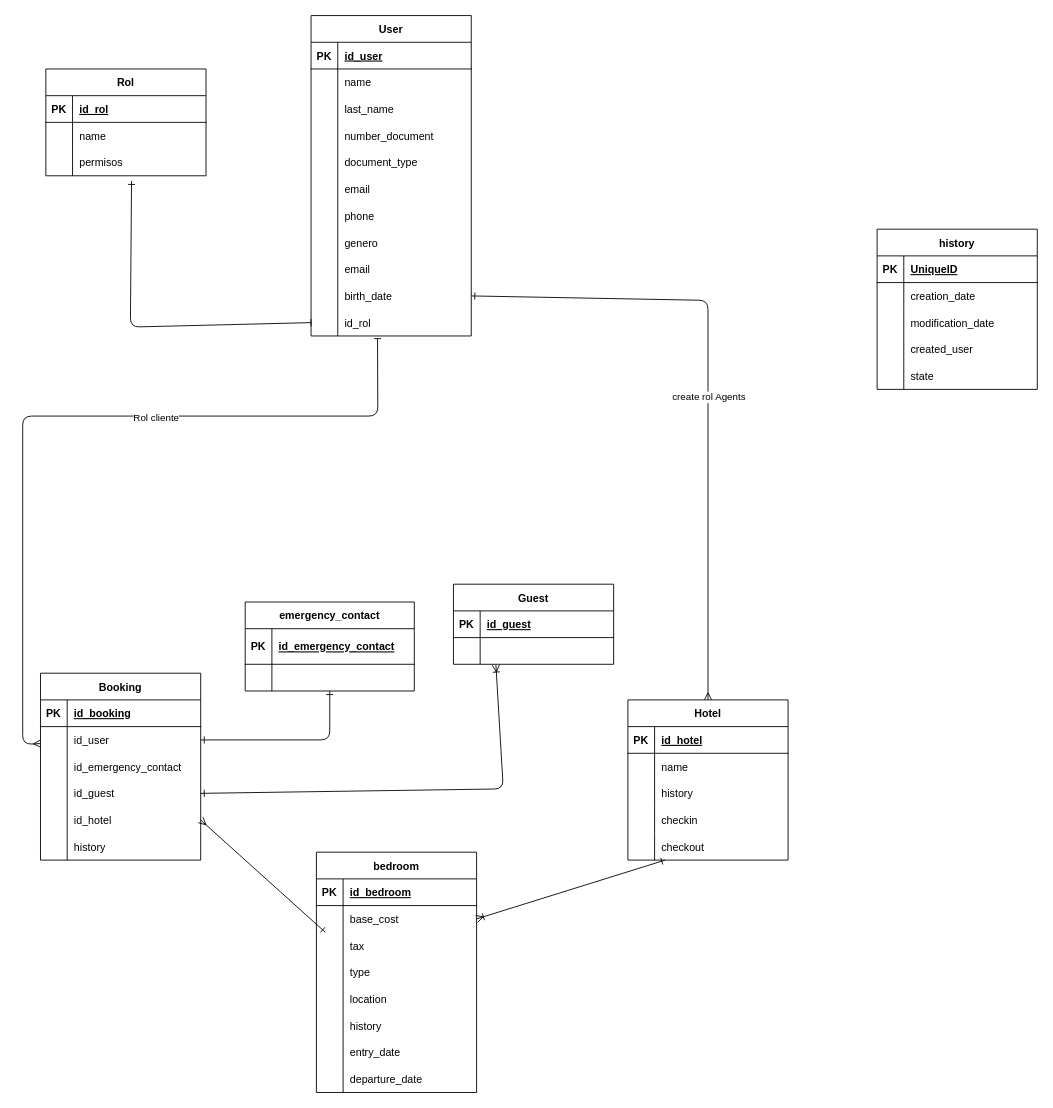
The draw.io diagram diagrams/database.drawio in renejal/HotelServiceApi, before the edit. Source tidied: cells renumbered, new cells numbered last; positions are measured from the earlier drawing's top-left corner, leaving out a move shared by most shapes. Both pictures are drawn from the tidied source at 89%, with x=0, y=0 at pixel (22, 15).
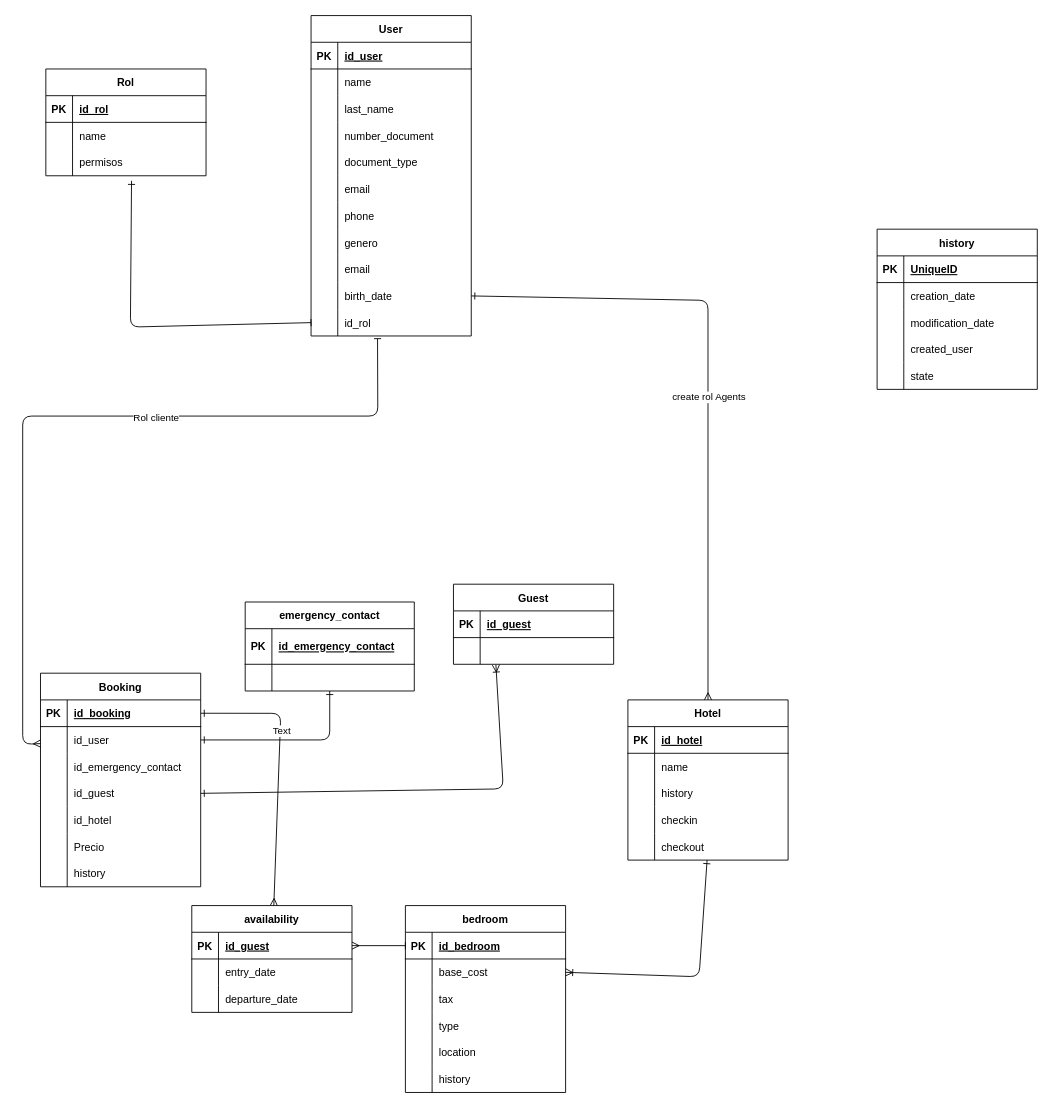
The same page after the edit.

The change refers to these unchanged cells:
```xml
<mxCell id="3" style="shape=tableRow;horizontal=0;startSize=0;swimlaneHead=0;swimlaneBody=0;fillColor=none;points=[[0,0.5],[1,0.5]];portConstraint=eastwest;top=0;left=0;right=0;bottom=1;" parent="2" vertex="1">
  <mxGeometry y="30" width="180" height="30" as="geometry" />
</mxCell>
<mxCell id="15" style="shape=tableRow;horizontal=0;startSize=0;swimlaneHead=0;swimlaneBody=0;fillColor=none;points=[[0,0.5],[1,0.5]];portConstraint=eastwest;top=0;left=0;right=0;bottom=0;" parent="2" vertex="1">
  <mxGeometry y="150" width="180" height="30" as="geometry" />
</mxCell>
<mxCell id="34" style="shape=tableRow;horizontal=0;startSize=0;swimlaneHead=0;swimlaneBody=0;fillColor=none;points=[[0,0.5],[1,0.5]];portConstraint=eastwest;top=0;left=0;right=0;bottom=0;" parent="21" vertex="1">
  <mxGeometry y="150" width="180" height="30" as="geometry" />
</mxCell>
<mxCell id="38" style="shape=tableRow;horizontal=0;startSize=0;swimlaneHead=0;swimlaneBody=0;fillColor=none;points=[[0,0.5],[1,0.5]];portConstraint=eastwest;top=0;left=0;right=0;bottom=1;" parent="37" vertex="1">
  <mxGeometry y="30" width="180" height="30" as="geometry" />
</mxCell>
<mxCell id="41" style="shape=tableRow;horizontal=0;startSize=0;swimlaneHead=0;swimlaneBody=0;fillColor=none;points=[[0,0.5],[1,0.5]];portConstraint=eastwest;top=0;left=0;right=0;bottom=0;" parent="37" vertex="1">
  <mxGeometry y="60" width="180" height="30" as="geometry" />
</mxCell>
```

Change to the diagram source:
```diff
@@
     <mxCell id="2" value="Booking" style="shape=table;startSize=30;childLayout=tableLayout;rowLines=0;fontStyle=1;align=center;" parent="1" vertex="1">
-      <mxGeometry x="20" y="738.9" width="180" height="210" as="geometry" />
+      <mxGeometry x="20" y="738.9" width="180" height="240" as="geometry" />
     </mxCell>
@@
+    <mxCell id="145" style="shape=tableRow;horizontal=0;startSize=0;swimlaneHead=0;swimlaneBody=0;fillColor=none;top=0;left=0;right=0;bottom=0;" parent="2" vertex="1">
+      <mxGeometry y="180" width="180" height="30" as="geometry" />
+    </mxCell>
+    <mxCell id="146" style="shape=partialRectangle;fillColor=none;top=0;left=0;bottom=0;right=0;overflow=hidden;" parent="145" vertex="1">
+      <mxGeometry width="30" height="30" as="geometry" />
+    </mxCell>
+    <mxCell id="147" value="Precio" style="shape=partialRectangle;fillColor=none;top=0;left=0;bottom=0;right=0;align=left;spacingLeft=6;overflow=hidden;" parent="145" vertex="1">
+      <mxGeometry x="30" width="150" height="30" as="geometry" />
+    </mxCell>
     <mxCell id="18" style="shape=tableRow;horizontal=0;startSize=0;swimlaneHead=0;swimlaneBody=0;fillColor=none;top=0;left=0;right=0;bottom=0;" parent="2" vertex="1">
-      <mxGeometry y="180" width="180" height="30" as="geometry" />
+      <mxGeometry y="210" width="180" height="30" as="geometry" />
     </mxCell>
@@
     <mxCell id="37" value="bedroom" style="shape=table;startSize=30;childLayout=tableLayout;rowLines=0;fontStyle=1;align=center;" parent="1" vertex="1">
-      <mxGeometry x="330" y="940" width="180" height="270" as="geometry" />
+      <mxGeometry x="430" y="1000" width="180" height="210" as="geometry" />
     </mxCell>
@@
-    <mxCell id="56" style="shape=tableRow;horizontal=0;startSize=0;swimlaneHead=0;swimlaneBody=0;fillColor=none;top=0;left=0;right=0;bottom=0;" parent="37" vertex="1">
-      <mxGeometry y="210" width="180" height="30" as="geometry" />
-    </mxCell>
-    <mxCell id="57" style="shape=partialRectangle;fillColor=none;top=0;left=0;bottom=0;right=0;overflow=hidden;" parent="56" vertex="1">
-      <mxGeometry width="30" height="30" as="geometry" />
-    </mxCell>
-    <mxCell id="58" value="entry_date" style="shape=partialRectangle;fillColor=none;top=0;left=0;bottom=0;right=0;align=left;spacingLeft=6;overflow=hidden;" parent="56" vertex="1">
-      <mxGeometry x="30" width="150" height="30" as="geometry" />
-    </mxCell>
-    <mxCell id="59" style="shape=tableRow;horizontal=0;startSize=0;swimlaneHead=0;swimlaneBody=0;fillColor=none;top=0;left=0;right=0;bottom=0;" parent="37" vertex="1">
-      <mxGeometry y="240" width="180" height="30" as="geometry" />
-    </mxCell>
-    <mxCell id="60" style="shape=partialRectangle;fillColor=none;top=0;left=0;bottom=0;right=0;overflow=hidden;" parent="59" vertex="1">
-      <mxGeometry width="30" height="30" as="geometry" />
-    </mxCell>
-    <mxCell id="61" value="departure_date" style="shape=partialRectangle;fillColor=none;top=0;left=0;bottom=0;right=0;align=left;spacingLeft=6;overflow=hidden;" parent="59" vertex="1">
-      <mxGeometry x="30" width="150" height="30" as="geometry" />
-    </mxCell>
@@
     <mxCell id="64" style="fontSize=12;html=1;endArrow=ERone;endFill=0;exitX=1;exitY=0.5;exitDx=0;exitDy=0;startArrow=ERoneToMany;startFill=0;" parent="1" edge="1" source="41" target="34">
-      <mxGeometry relative="1" as="geometry" />
+      <mxGeometry relative="1" as="geometry">
+        <Array as="points">
+          <mxPoint x="760" y="1080" />
+        </Array>
+      </mxGeometry>
     </mxCell>
@@
-    <mxCell id="128" style="html=1;startArrow=ERmany;startFill=0;endArrow=ERone;endFill=0;exitX=1;exitY=0.5;exitDx=0;exitDy=0;" parent="1" edge="1" source="15">
+    <mxCell id="128" style="html=1;startArrow=ERone;startFill=0;endArrow=ERmany;endFill=0;exitX=1;exitY=0.5;exitDx=0;exitDy=0;" parent="1" edge="1" source="3" target="149">
       <mxGeometry relative="1" as="geometry">
-        <mxPoint x="340" y="1030" as="targetPoint" />
+        <Array as="points">
+          <mxPoint x="290" y="784" />
+        </Array>
       </mxGeometry>
     </mxCell>
+    <mxCell id="148" value="Text" style="edgeLabel;html=1;align=center;verticalAlign=middle;" parent="128" vertex="1">
+      <mxGeometry x="-0.29" y="1" relative="1" as="geometry" />
+    </mxCell>
@@
+    <mxCell id="149" value="availability" style="shape=table;startSize=30;childLayout=tableLayout;rowLines=0;fontStyle=1;align=center;" parent="1" vertex="1">
+      <mxGeometry x="190" y="1000" width="180" height="120" as="geometry" />
+    </mxCell>
+    <mxCell id="150" style="shape=tableRow;horizontal=0;startSize=0;swimlaneHead=0;swimlaneBody=0;fillColor=none;points=[[0,0.5],[1,0.5]];portConstraint=eastwest;top=0;left=0;right=0;bottom=1;" parent="149" vertex="1">
+      <mxGeometry y="30" width="180" height="30" as="geometry" />
+    </mxCell>
+    <mxCell id="151" value="PK" style="shape=partialRectangle;fillColor=none;top=0;left=0;bottom=0;right=0;fontStyle=1;overflow=hidden;" parent="150" vertex="1">
+      <mxGeometry width="30" height="30" as="geometry" />
+    </mxCell>
+    <mxCell id="152" value="id_guest" style="shape=partialRectangle;fillColor=none;top=0;left=0;bottom=0;right=0;align=left;spacingLeft=6;fontStyle=5;overflow=hidden;" parent="150" vertex="1">
+      <mxGeometry x="30" width="150" height="30" as="geometry" />
+    </mxCell>
+    <mxCell id="56" style="shape=tableRow;horizontal=0;startSize=0;swimlaneHead=0;swimlaneBody=0;fillColor=none;top=0;left=0;right=0;bottom=0;" parent="149" vertex="1">
+      <mxGeometry y="60" width="180" height="30" as="geometry" />
+    </mxCell>
+    <mxCell id="57" style="shape=partialRectangle;fillColor=none;top=0;left=0;bottom=0;right=0;overflow=hidden;" parent="56" vertex="1">
+      <mxGeometry width="30" height="30" as="geometry" />
+    </mxCell>
+    <mxCell id="58" value="entry_date" style="shape=partialRectangle;fillColor=none;top=0;left=0;bottom=0;right=0;align=left;spacingLeft=6;overflow=hidden;" parent="56" vertex="1">
+      <mxGeometry x="30" width="150" height="30" as="geometry" />
+    </mxCell>
+    <mxCell id="59" style="shape=tableRow;horizontal=0;startSize=0;swimlaneHead=0;swimlaneBody=0;fillColor=none;top=0;left=0;right=0;bottom=0;" parent="149" vertex="1">
+      <mxGeometry y="90" width="180" height="30" as="geometry" />
+    </mxCell>
+    <mxCell id="60" style="shape=partialRectangle;fillColor=none;top=0;left=0;bottom=0;right=0;overflow=hidden;" parent="59" vertex="1">
+      <mxGeometry width="30" height="30" as="geometry" />
+    </mxCell>
+    <mxCell id="61" value="departure_date" style="shape=partialRectangle;fillColor=none;top=0;left=0;bottom=0;right=0;align=left;spacingLeft=6;overflow=hidden;" parent="59" vertex="1">
+      <mxGeometry x="30" width="150" height="30" as="geometry" />
+    </mxCell>
+    <mxCell id="153" style="edgeStyle=none;html=1;entryX=1;entryY=0.5;entryDx=0;entryDy=0;endArrow=ERmany;endFill=0;startArrow=baseDash;startFill=0;exitX=0;exitY=0.5;exitDx=0;exitDy=0;" parent="1" edge="1" source="38" target="150">
+      <mxGeometry relative="1" as="geometry" />
+    </mxCell>
```
